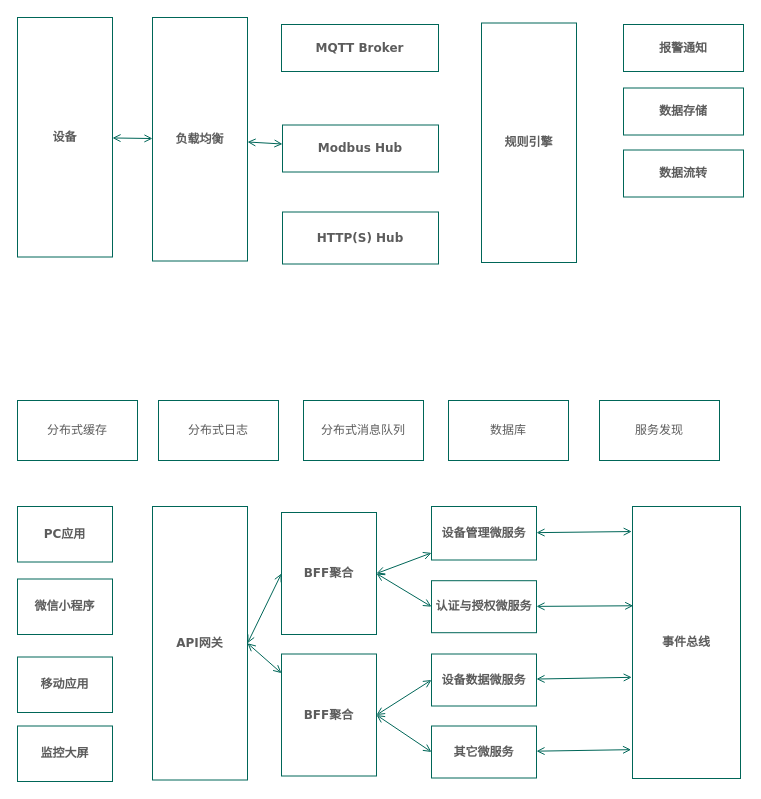
Above: page "软件架构图" (2 of 3) of 零度架构.drawio in bit365/diagrams (draw.io), before the change. Source tidied: cells renumbered, new cells numbered last; positions are measured from the earlier drawing's top-left corner, leaving out a move shared by most shapes. Both pictures are drawn from the tidied source at 100%, with x=0, y=0 at pixel (17, 17).
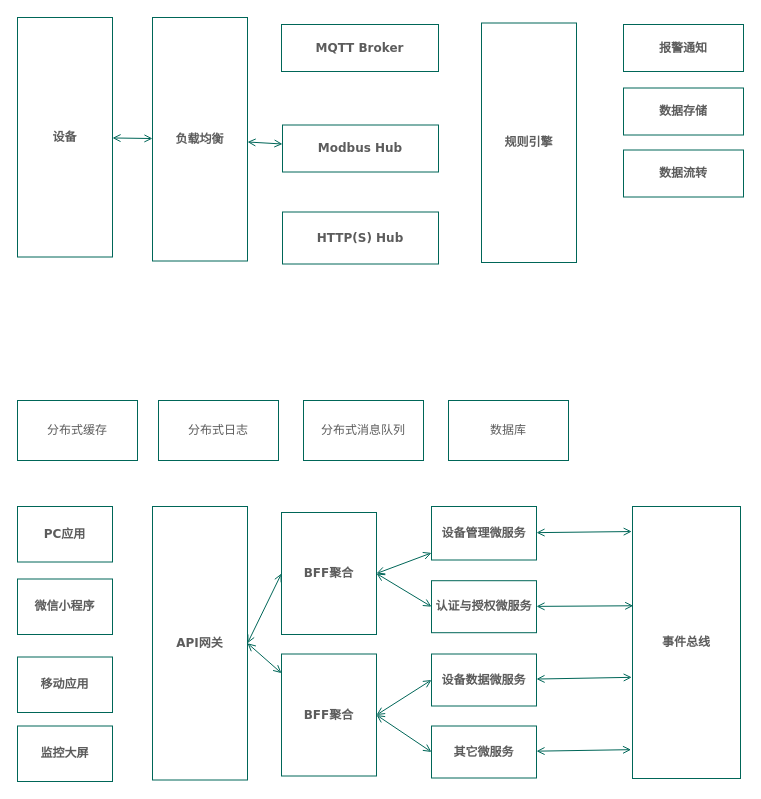
After the change.

Commit message (it also covers changes not shown here):
更新零度架构.drawio

Change to the diagram source:
```diff
@@
-    <mxCell id="39" value="服务发现" style="rounded=0;whiteSpace=wrap;html=1;fontColor=#5C5C5C;strokeColor=#006658;fillColor=none;" parent="1" vertex="1">
-      <mxGeometry x="582" y="383" width="120" height="60" as="geometry" />
-    </mxCell>
```
